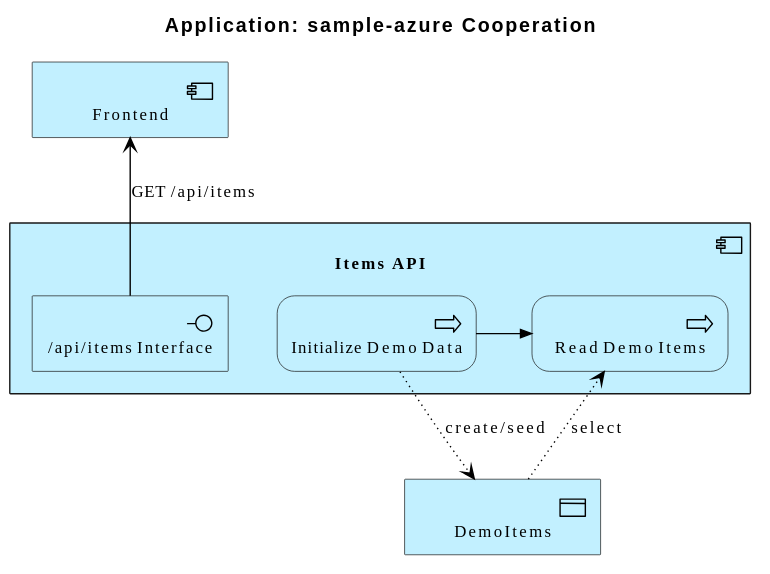
The PlantUML diagram diagrams/application/cooperation-standard.svg in wolffy-au/frictionless-sample-azure, before a commit.
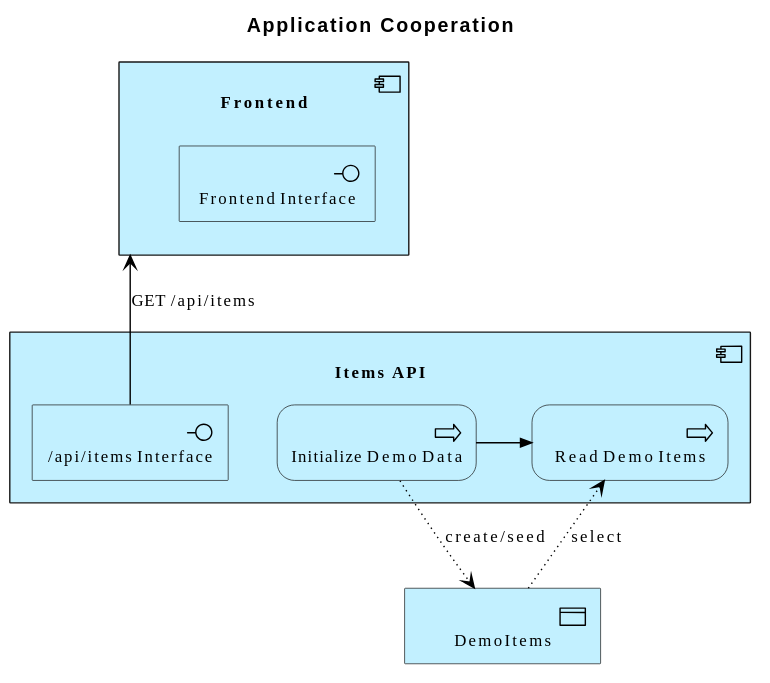
The same file after the commit.

Commit message:
feat(architecture): add sample-azure Business layer and Visitor journey views

Diff of the diagram source:
```diff
@@ -2,14 +2,16 @@
 !include <archimate/Archimate>
 
 scale max 3800 width
-title Application: sample-azure Cooperation
+title Application Cooperation
 
 Application_Component(e_idb9118a54ded651, "Items API") {
   Application_Interface(e_id27cc7f94392754, "/api/items Interface")
   Application_Process(e_id9e4601a2031c58, "Initialize Demo Data")
   Application_Process(e_idf9a91550500455, "Read Demo Items")
 }
-Application_Component(e_id859316e8097157, "Frontend")
+Application_Component(e_id859316e8097157, "Frontend") {
+  Application_Interface(e_idd8a8c6ca248e52, "Frontend Interface")
+}
 Application_DataObject(e_id032efff5924e5e, "DemoItems")
 
 Rel_Serving_Up(e_id27cc7f94392754, e_id859316e8097157, "GET /api/items")
```
